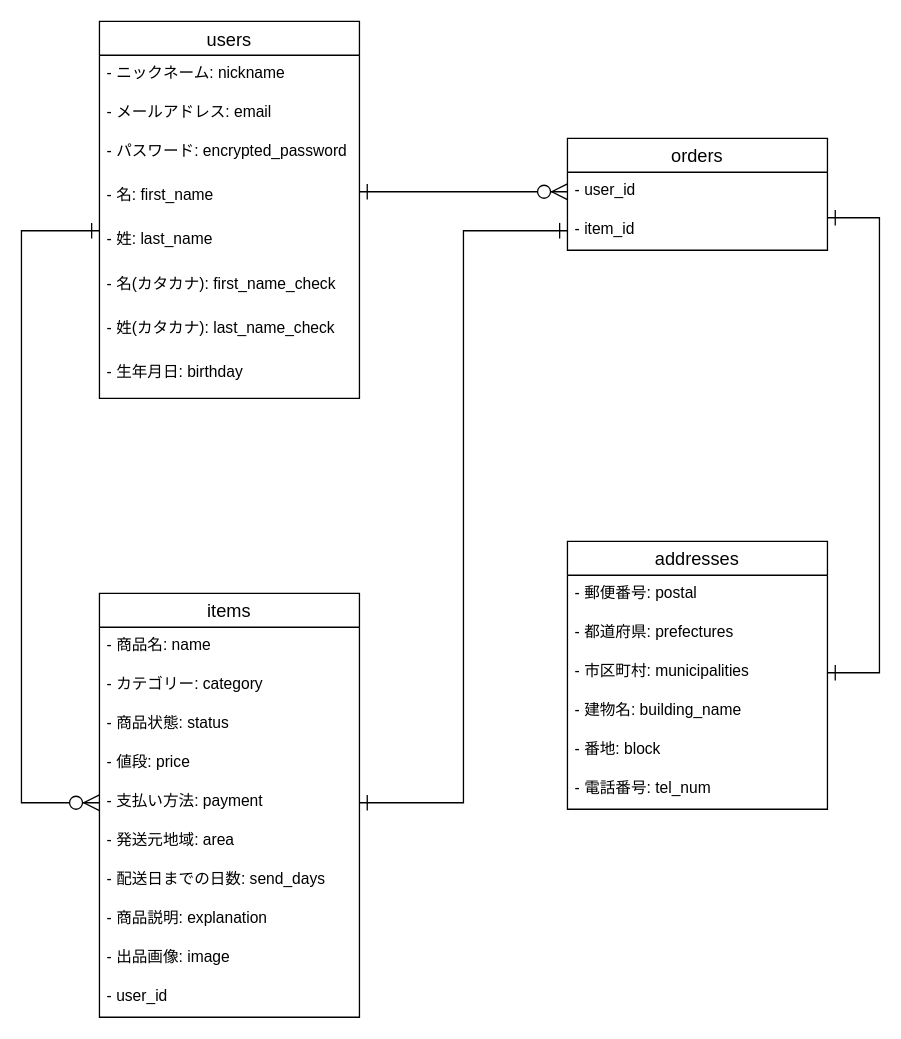
Above: furima.dio in tmynoy/furima-31731 (draw.io), before the change. Source tidied: cells renumbered, new cells numbered last; positions are measured from the earlier drawing's top-left corner, leaving out a move shared by most shapes. Both pictures are drawn from the tidied source at 130%, with x=0, y=0 at pixel (21, 21).
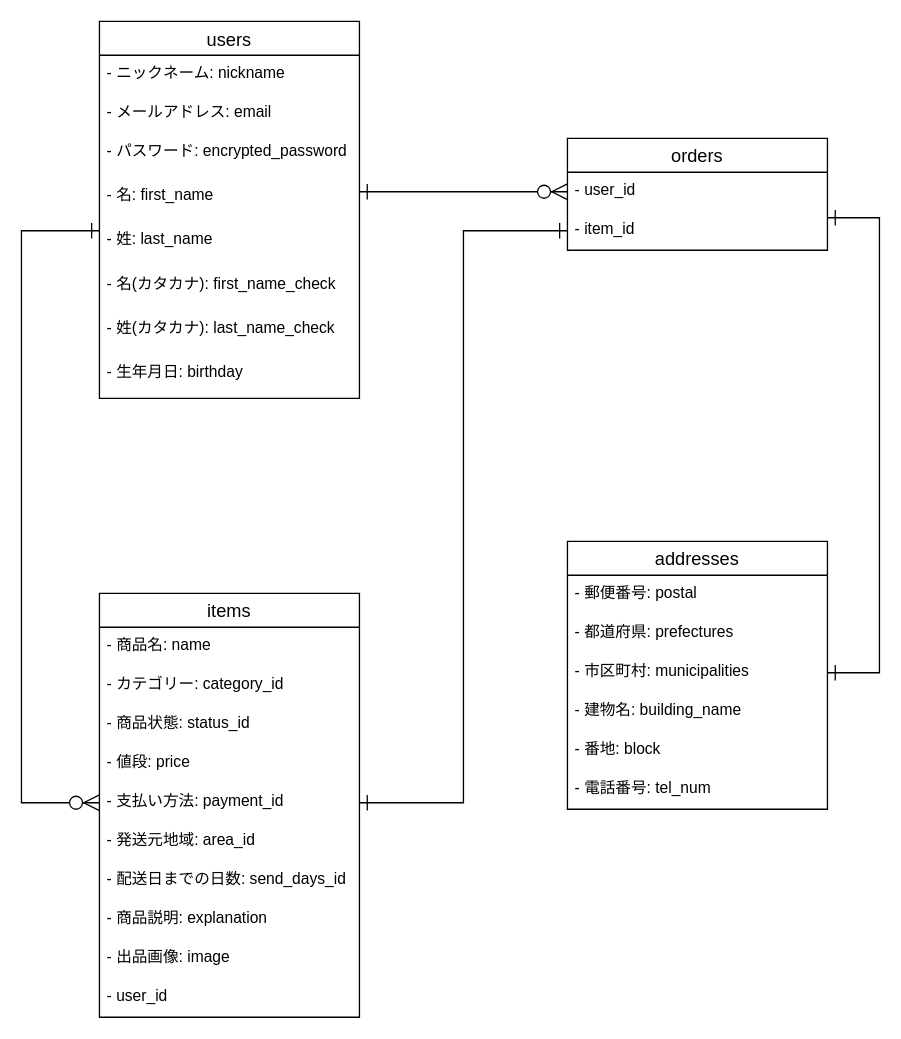
The same diagram, later.

Unchanged cells that the change refers to:
```xml
<mxCell id="3" value="items" style="swimlane;fontStyle=0;horizontal=1;startSize=26;align=center;fontSize=14;" parent="1" vertex="1">
  <mxGeometry x="60" y="440" width="200" height="326" as="geometry" />
</mxCell>
```

Diff of the diagram source:
```diff
@@
-    <mxCell id="5" value="- カテゴリー: category" style="text;strokeColor=none;fillColor=none;spacingLeft=4;spacingRight=4;overflow=hidden;fontSize=12;" parent="3" vertex="1">
+    <mxCell id="5" value="- カテゴリー: category_id" style="text;strokeColor=none;fillColor=none;spacingLeft=4;spacingRight=4;overflow=hidden;fontSize=12;" parent="3" vertex="1">
       <mxGeometry y="56" width="200" height="30" as="geometry" />
     </mxCell>
-    <mxCell id="6" value="- 商品状態: status" style="text;strokeColor=none;fillColor=none;spacingLeft=4;spacingRight=4;overflow=hidden;fontSize=12;" parent="3" vertex="1">
+    <mxCell id="6" value="- 商品状態: status_id" style="text;strokeColor=none;fillColor=none;spacingLeft=4;spacingRight=4;overflow=hidden;fontSize=12;" parent="3" vertex="1">
       <mxGeometry y="86" width="200" height="30" as="geometry" />
     </mxCell>
@@
-    <mxCell id="8" value="- 支払い方法: payment" style="text;strokeColor=none;fillColor=none;spacingLeft=4;spacingRight=4;overflow=hidden;points=[[0,0.5],[1,0.5]];portConstraint=eastwest;fontSize=12;" parent="3" vertex="1">
+    <mxCell id="8" value="- 支払い方法: payment_id" style="text;strokeColor=none;fillColor=none;spacingLeft=4;spacingRight=4;overflow=hidden;points=[[0,0.5],[1,0.5]];portConstraint=eastwest;fontSize=12;" parent="3" vertex="1">
       <mxGeometry y="146" width="200" height="30" as="geometry" />
     </mxCell>
-    <mxCell id="9" value="- 発送元地域: area" style="text;strokeColor=none;fillColor=none;spacingLeft=4;spacingRight=4;overflow=hidden;fontSize=12;" parent="3" vertex="1">
+    <mxCell id="9" value="- 発送元地域: area_id" style="text;strokeColor=none;fillColor=none;spacingLeft=4;spacingRight=4;overflow=hidden;fontSize=12;" parent="3" vertex="1">
       <mxGeometry y="176" width="200" height="30" as="geometry" />
     </mxCell>
-    <mxCell id="10" value="- 配送日までの日数: send_days" style="text;strokeColor=none;fillColor=none;spacingLeft=4;spacingRight=4;overflow=hidden;fontSize=12;" parent="3" vertex="1">
+    <mxCell id="10" value="- 配送日までの日数: send_days_id" style="text;strokeColor=none;fillColor=none;spacingLeft=4;spacingRight=4;overflow=hidden;fontSize=12;" parent="3" vertex="1">
       <mxGeometry y="206" width="200" height="30" as="geometry" />
     </mxCell>
```
